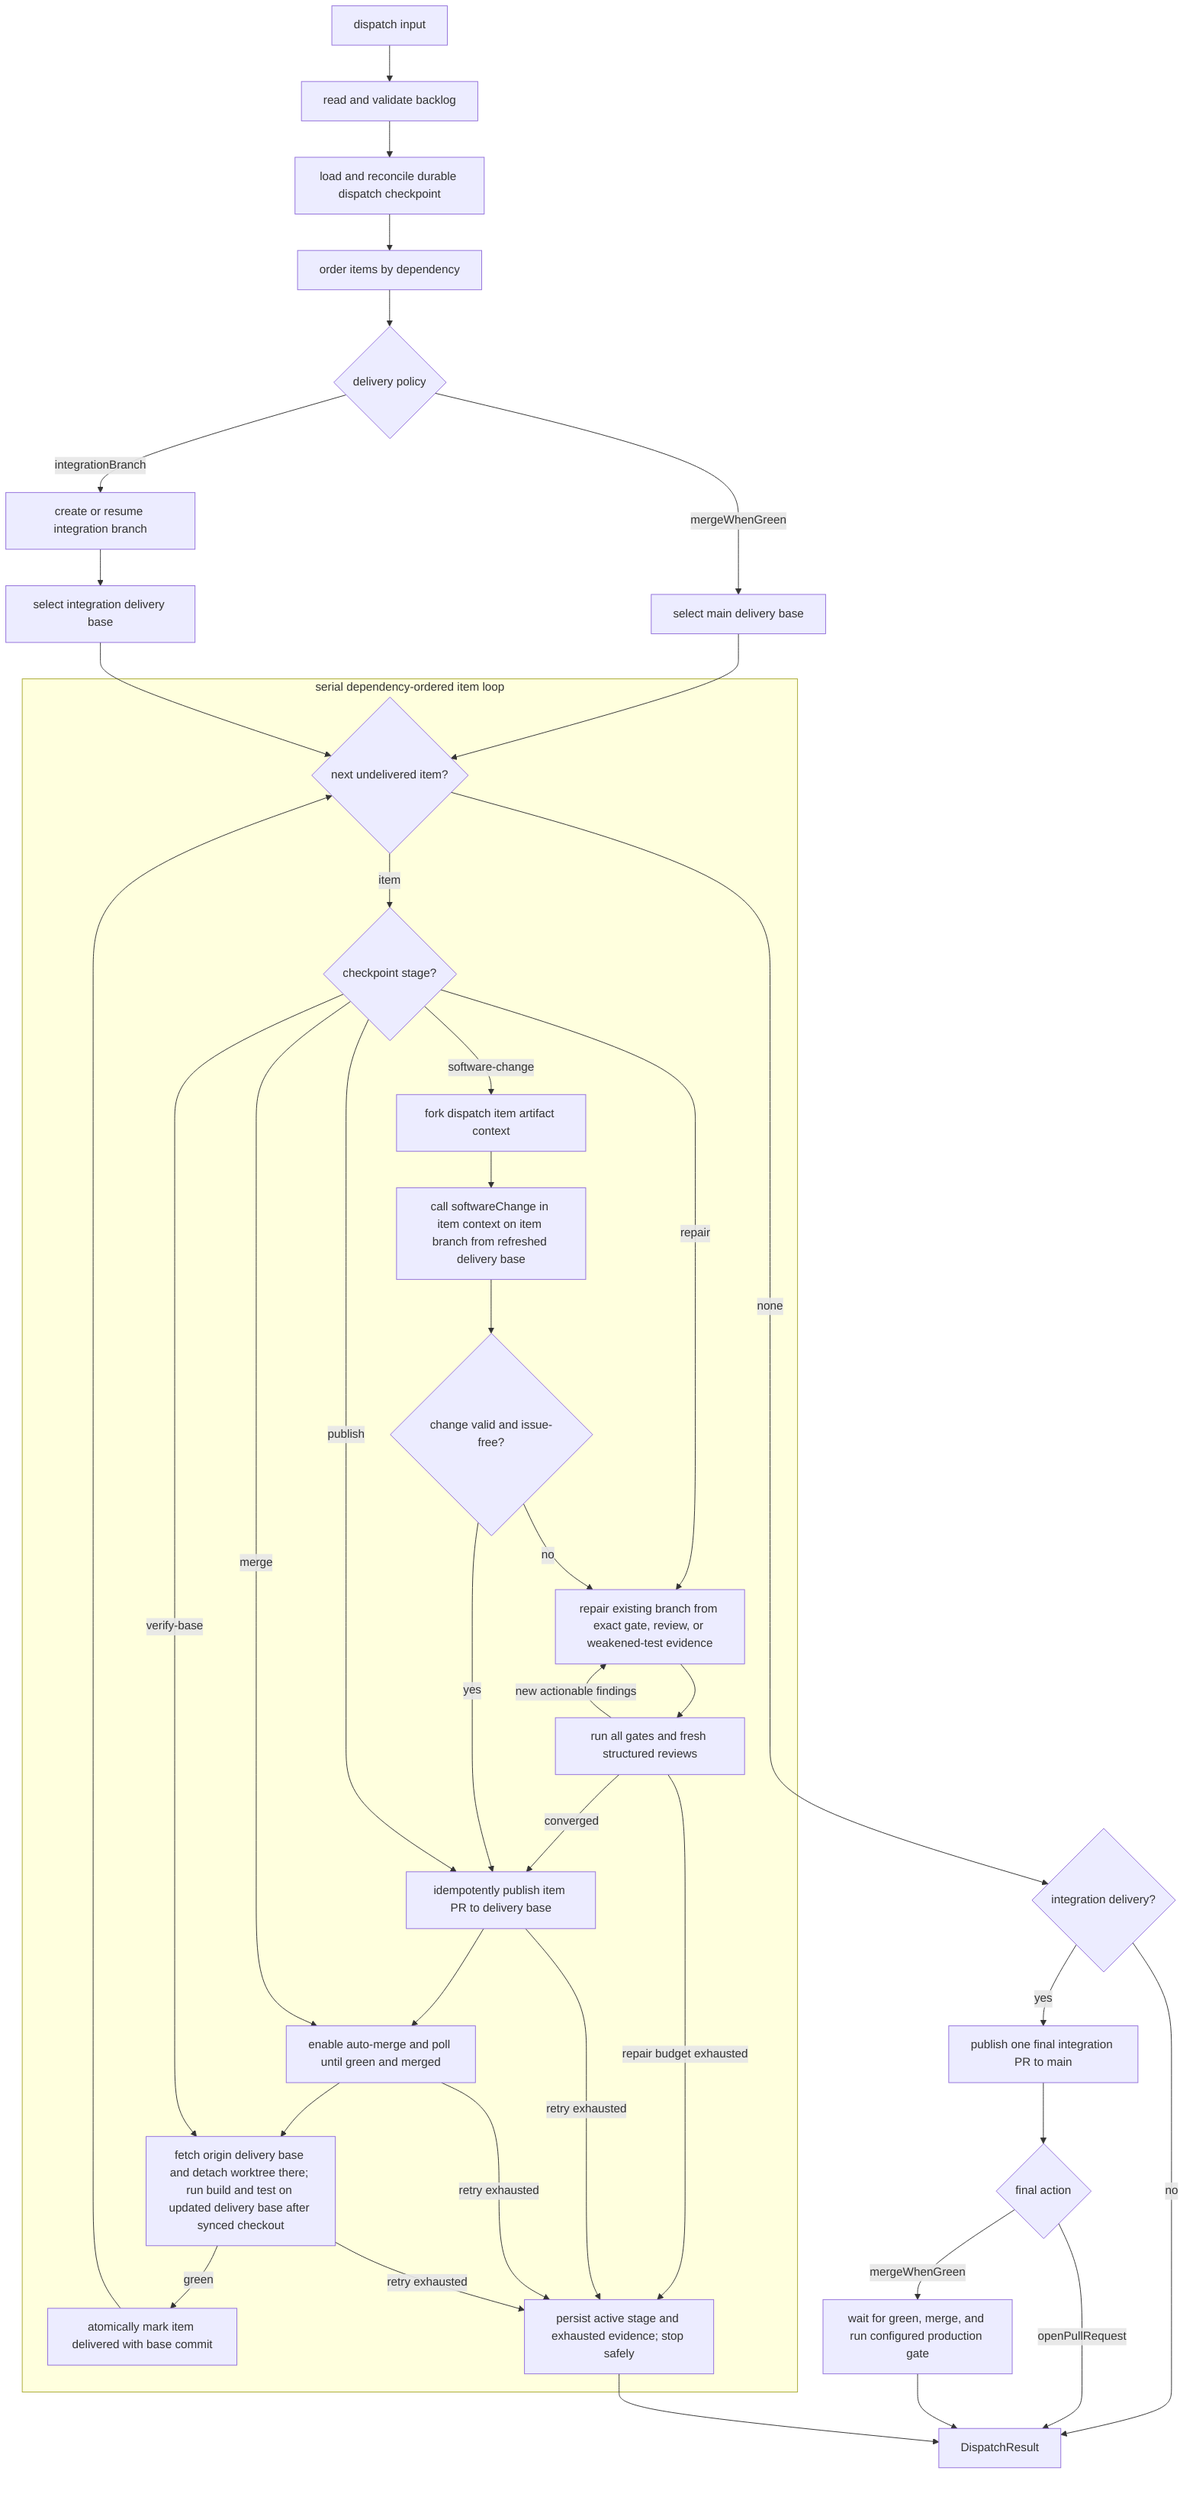
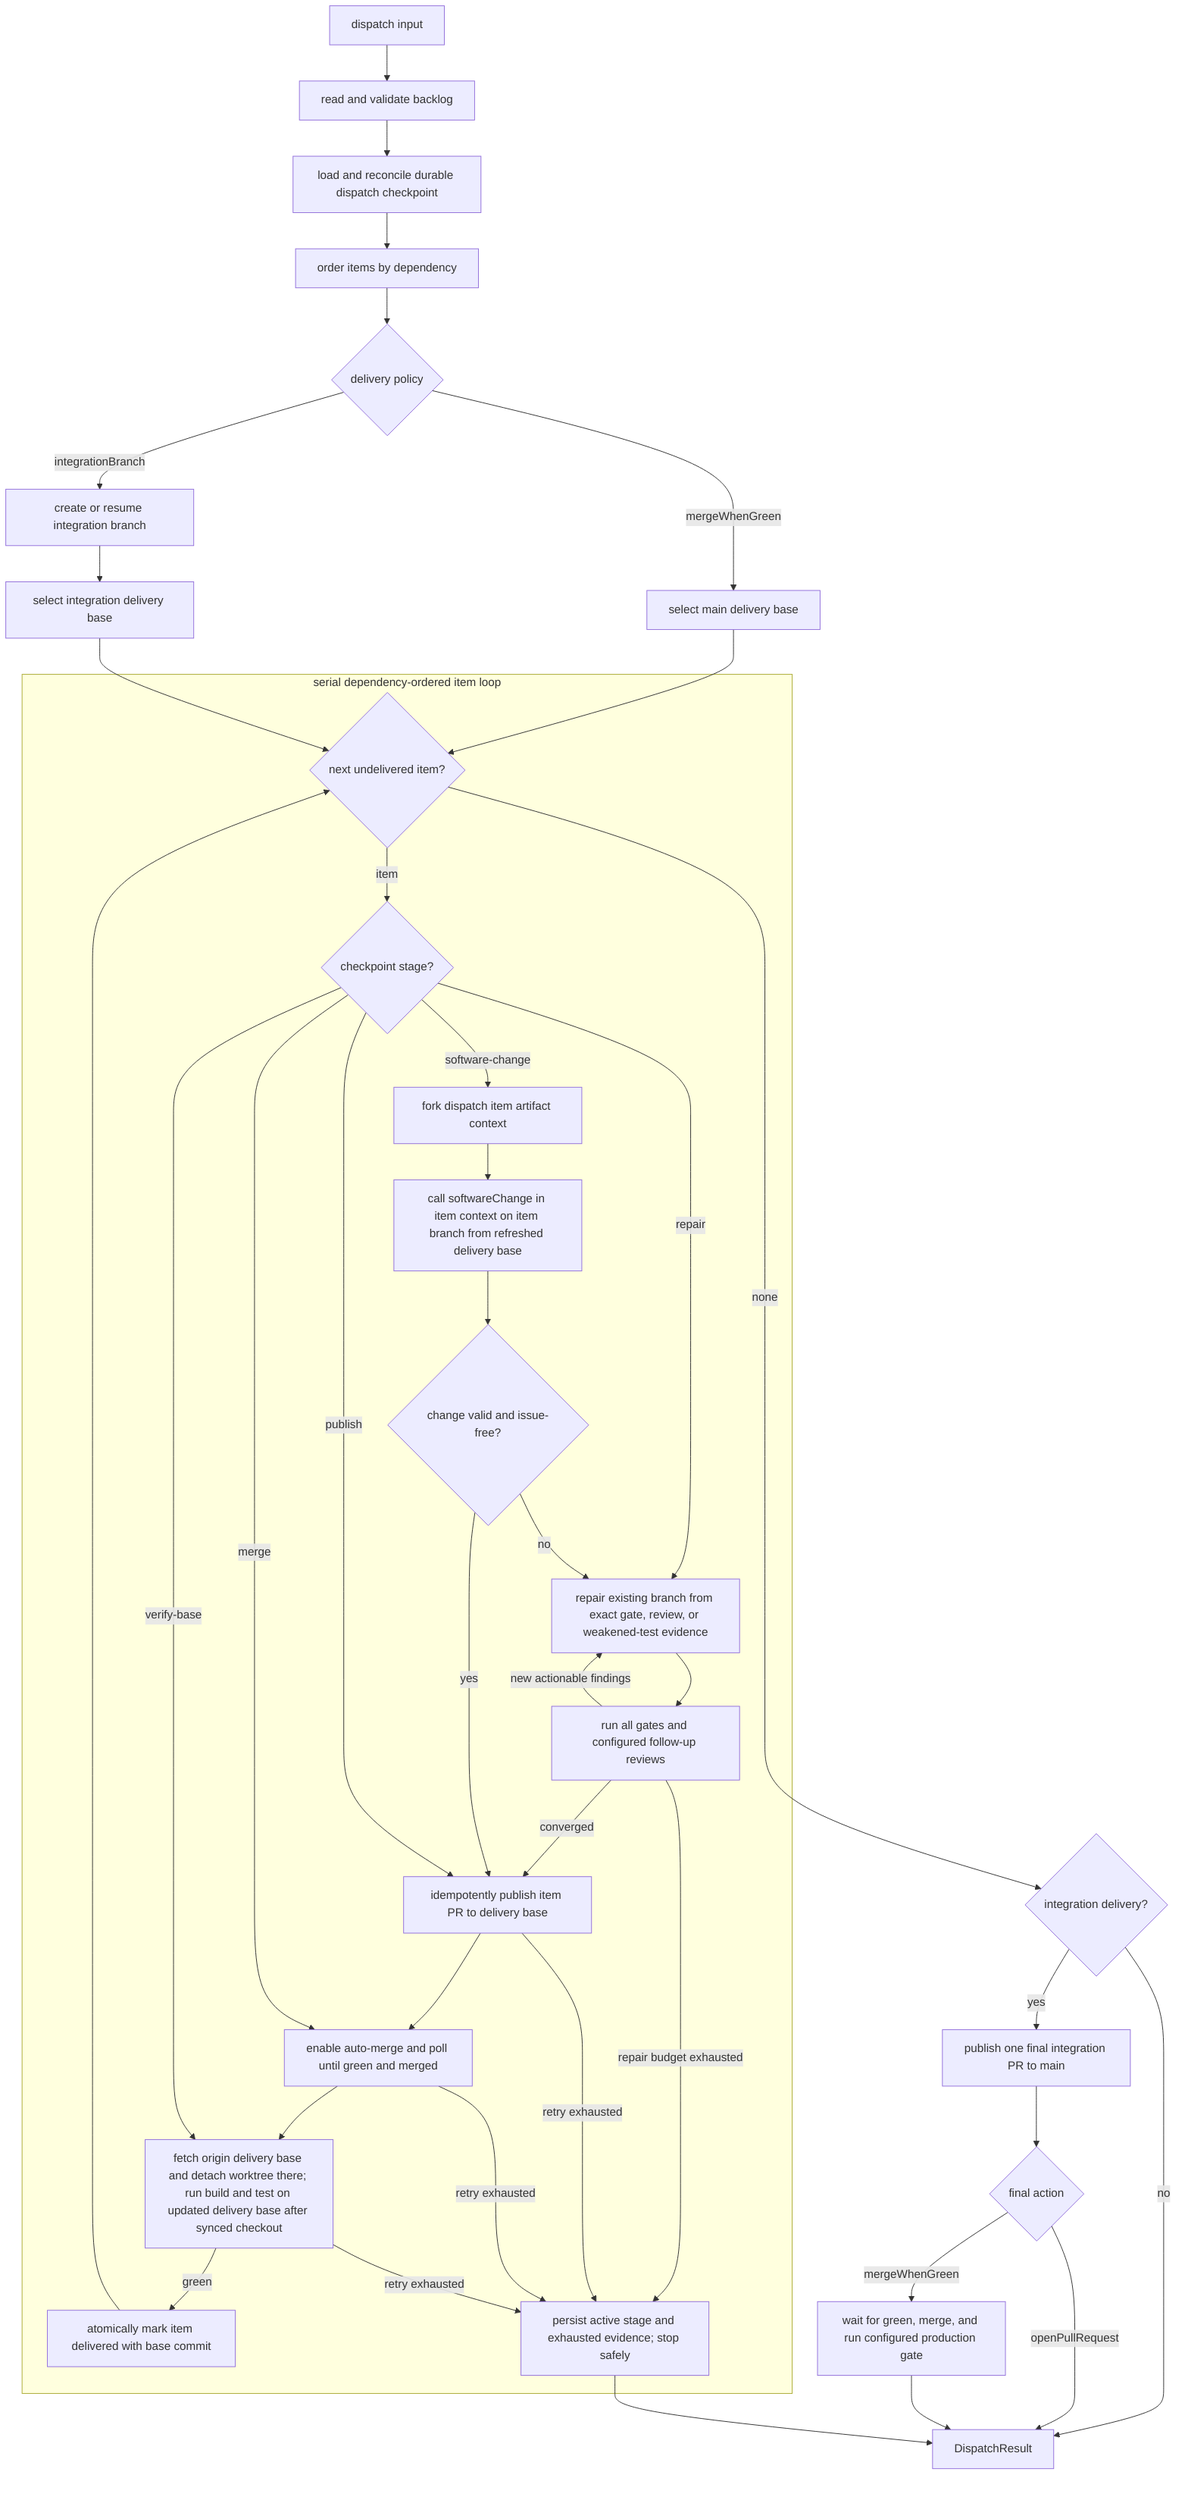
flowchart TD
  Input["dispatch input"] --> ReadBacklog["read and validate backlog"]
  ReadBacklog --> State["load and reconcile durable dispatch checkpoint"]
  State --> Order["order items by dependency"]
  Order --> Policy{"delivery policy"}
  Policy -->|mergeWhenGreen| DeliveryBase["select main delivery base"]
  Policy -->|integrationBranch| PrepareIntegration["create or resume integration branch"]
  PrepareIntegration --> DeliveryBase2["select integration delivery base"]
  DeliveryBase --> NextItem
  DeliveryBase2 --> NextItem

  subgraph ItemLoop["serial dependency-ordered item loop"]
    NextItem{"next undelivered item?"}
    Resume{"checkpoint stage?"}
    ItemContext["fork dispatch item artifact context"]
    SoftwareChange["call softwareChange in item context on item branch from refreshed delivery base"]
    Ready{"change valid and issue-free?"}
    Repair["repair existing branch from exact gate, review, or weakened-test evidence"]
-     VerifyRepair["run all gates and fresh structured reviews"]
+     VerifyRepair["run all gates and configured follow-up reviews"]
    Publish["idempotently publish item PR to delivery base"]
    Merge["enable auto-merge and poll until green and merged"]
    VerifyBase["fetch origin delivery base and detach worktree there; run build and test on updated delivery base after synced checkout"]
    Persist["atomically mark item delivered with base commit"]
    Stop["persist active stage and exhausted evidence; stop safely"]

    NextItem -->|item| Resume
    Resume -->|software-change| ItemContext
    ItemContext --> SoftwareChange
    SoftwareChange --> Ready
    Resume -->|repair| Repair
    Ready -->|no| Repair
    Repair --> VerifyRepair
    VerifyRepair -->|new actionable findings| Repair
    VerifyRepair -->|repair budget exhausted| Stop
    VerifyRepair -->|converged| Publish
    Ready -->|yes| Publish
    Resume -->|publish| Publish
    Publish -->|retry exhausted| Stop
    Publish --> Merge
    Resume -->|merge| Merge
    Merge -->|retry exhausted| Stop
    Merge --> VerifyBase
    Resume -->|verify-base| VerifyBase
    VerifyBase -->|retry exhausted| Stop
    VerifyBase -->|green| Persist
    Persist --> NextItem
  end

  NextItem -->|none| FinalPolicy{"integration delivery?"}
  FinalPolicy -->|no| Result["DispatchResult"]
  FinalPolicy -->|yes| FinalPublish["publish one final integration PR to main"]
  FinalPublish --> FinalAction{"final action"}
  FinalAction -->|openPullRequest| Result
  FinalAction -->|mergeWhenGreen| FinalMerge["wait for green, merge, and run configured production gate"]
  FinalMerge --> Result
  Stop --> Result
